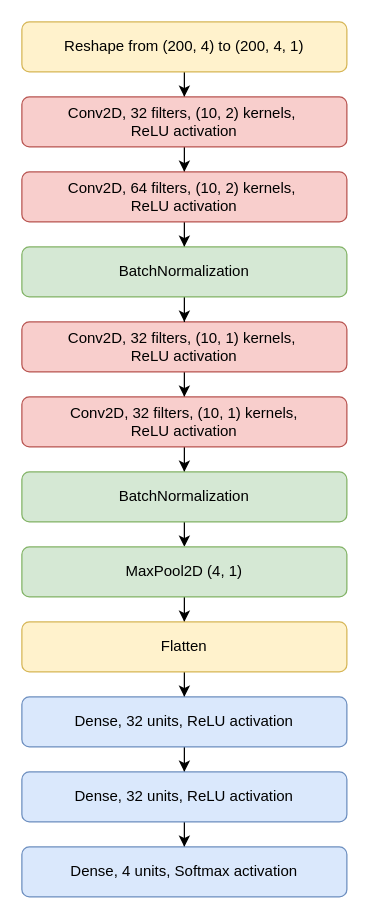
Earlier version of the draw.io diagram paper_images/single/single.drawio (LucaCappelletti94/repairing_genomic_gaps). Source tidied: cells renumbered, new cells numbered last; positions are measured from the earlier drawing's top-left corner, leaving out a move shared by most shapes. Both pictures are drawn from the tidied source at 125%, with x=0, y=0 at pixel (21, 21).
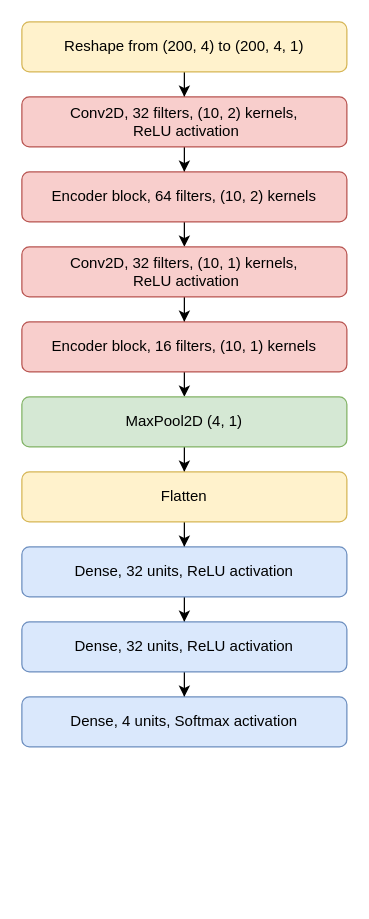
After the change.

Diff of the diagram source:
```diff
@@
-    <mxCell id="5" value="Conv2D, 32 filters, (10, 2) kernels,&amp;nbsp;&lt;br&gt;ReLU activation" style="rounded=1;whiteSpace=wrap;html=1;fillColor=#f8cecc;strokeColor=#b85450;" parent="1" vertex="1">
+    <mxCell id="5" value="Conv2D, 32 filters, (10, 2) kernels,&lt;br&gt;&amp;nbsp;ReLU activation" style="rounded=1;whiteSpace=wrap;html=1;fillColor=#f8cecc;strokeColor=#b85450;" parent="1" vertex="1">
       <mxGeometry y="60" width="260" height="40" as="geometry" />
     </mxCell>
-    <mxCell id="6" style="edgeStyle=orthogonalEdgeStyle;rounded=0;jettySize=auto;html=1;" parent="1" edge="1" source="7" target="13">
-      <mxGeometry relative="1" as="geometry" />
+    <mxCell id="6" style="edgeStyle=orthogonalEdgeStyle;rounded=0;jettySize=auto;html=1;" parent="1" edge="1" source="7">
+      <mxGeometry relative="1" as="geometry">
+        <mxPoint x="130" y="180" as="targetPoint" />
+      </mxGeometry>
     </mxCell>
-    <mxCell id="7" value="Conv2D, 64 filters, (10, 2) kernels,&amp;nbsp;&lt;br&gt;ReLU activation" style="rounded=1;whiteSpace=wrap;html=1;fillColor=#f8cecc;strokeColor=#b85450;" parent="1" vertex="1">
+    <mxCell id="7" value="Encoder block, 64 filters, (10, 2) kernels" style="rounded=1;whiteSpace=wrap;html=1;fillColor=#f8cecc;strokeColor=#b85450;" parent="1" vertex="1">
       <mxGeometry y="120" width="260" height="40" as="geometry" />
     </mxCell>
@@
-    <mxCell id="9" value="Conv2D, 32 filters, (10, 1) kernels,&amp;nbsp;&lt;br&gt;ReLU activation" style="rounded=1;whiteSpace=wrap;html=1;fillColor=#f8cecc;strokeColor=#b85450;" parent="1" vertex="1">
-      <mxGeometry y="240" width="260" height="40" as="geometry" />
+    <mxCell id="9" value="Conv2D, 32 filters, (10, 1) kernels,&lt;br&gt;&amp;nbsp;ReLU activation" style="rounded=1;whiteSpace=wrap;html=1;fillColor=#f8cecc;strokeColor=#b85450;" parent="1" vertex="1">
+      <mxGeometry y="180" width="260" height="40" as="geometry" />
     </mxCell>
-    <mxCell id="10" style="edgeStyle=orthogonalEdgeStyle;rounded=0;jettySize=auto;html=1;" parent="1" edge="1" source="11" target="15">
-      <mxGeometry relative="1" as="geometry" />
+    <mxCell id="10" style="edgeStyle=orthogonalEdgeStyle;rounded=0;jettySize=auto;html=1;" parent="1" edge="1" source="11">
+      <mxGeometry relative="1" as="geometry">
+        <mxPoint x="130" y="300" as="targetPoint" />
+      </mxGeometry>
     </mxCell>
-    <mxCell id="11" value="Conv2D, 32 filters, (10, 1) kernels, &lt;br&gt;ReLU activation" style="rounded=1;whiteSpace=wrap;html=1;fillColor=#f8cecc;strokeColor=#b85450;" parent="1" vertex="1">
-      <mxGeometry y="300" width="260" height="40" as="geometry" />
+    <mxCell id="11" value="Encoder block, 16 filters, (10, 1) kernels" style="rounded=1;whiteSpace=wrap;html=1;fillColor=#f8cecc;strokeColor=#b85450;" parent="1" vertex="1">
+      <mxGeometry y="240" width="260" height="40" as="geometry" />
     </mxCell>
-    <mxCell id="12" style="edgeStyle=orthogonalEdgeStyle;rounded=0;jettySize=auto;html=1;entryX=0.5;entryY=0;entryDx=0;entryDy=0;" parent="1" edge="1" source="13" target="9">
-      <mxGeometry relative="1" as="geometry" />
-    </mxCell>
-    <mxCell id="13" value="BatchNormalization" style="rounded=1;whiteSpace=wrap;html=1;fillColor=#d5e8d4;strokeColor=#82b366;" parent="1" vertex="1">
-      <mxGeometry y="180" width="260" height="40" as="geometry" />
-    </mxCell>
-    <mxCell id="14" style="edgeStyle=orthogonalEdgeStyle;rounded=0;jettySize=auto;html=1;" parent="1" edge="1" source="15" target="17">
-      <mxGeometry relative="1" as="geometry">
-        <Array as="points">
-          <mxPoint x="133" y="420" />
-          <mxPoint x="133" y="420" />
-        </Array>
-      </mxGeometry>
-    </mxCell>
-    <mxCell id="15" value="BatchNormalization" style="rounded=1;whiteSpace=wrap;html=1;fillColor=#d5e8d4;strokeColor=#82b366;" parent="1" vertex="1">
-      <mxGeometry y="360" width="260" height="40" as="geometry" />
-    </mxCell>
@@
     <mxCell id="17" value="MaxPool2D (4, 1)" style="rounded=1;whiteSpace=wrap;html=1;fillColor=#d5e8d4;strokeColor=#82b366;" parent="1" vertex="1">
-      <mxGeometry y="420" width="260" height="40" as="geometry" />
+      <mxGeometry y="300" width="260" height="40" as="geometry" />
     </mxCell>
@@
     <mxCell id="19" value="Flatten" style="rounded=1;whiteSpace=wrap;html=1;fillColor=#fff2cc;strokeColor=#d6b656;" parent="1" vertex="1">
-      <mxGeometry y="480" width="260" height="40" as="geometry" />
+      <mxGeometry y="360" width="260" height="40" as="geometry" />
     </mxCell>
@@
     <mxCell id="21" value="Dense, 32 units, ReLU activation" style="rounded=1;whiteSpace=wrap;html=1;fillColor=#dae8fc;strokeColor=#6c8ebf;" parent="1" vertex="1">
-      <mxGeometry y="540" width="260" height="40" as="geometry" />
+      <mxGeometry y="420" width="260" height="40" as="geometry" />
     </mxCell>
@@
     <mxCell id="23" value="Dense, 32 units, ReLU activation" style="rounded=1;whiteSpace=wrap;html=1;fillColor=#dae8fc;strokeColor=#6c8ebf;" parent="1" vertex="1">
-      <mxGeometry y="600" width="260" height="40" as="geometry" />
+      <mxGeometry y="480" width="260" height="40" as="geometry" />
     </mxCell>
     <mxCell id="24" value="Dense, 4 units, Softmax activation" style="rounded=1;whiteSpace=wrap;html=1;fillColor=#dae8fc;strokeColor=#6c8ebf;" parent="1" vertex="1">
-      <mxGeometry y="660" width="260" height="40" as="geometry" />
+      <mxGeometry y="540" width="260" height="40" as="geometry" />
     </mxCell>
```
